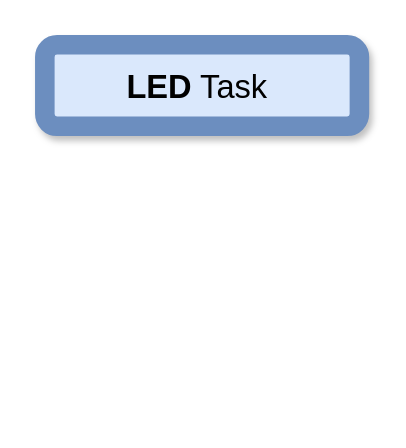
Before: led.drawio in Krishnaveni2025/drawio, a draw.io diagram. Source tidied: cells renumbered, new cells numbered last; positions are measured from the earlier drawing's top-left corner, leaving out a move shared by most shapes. Both pictures are drawn from the tidied source at 163%, with x=0, y=0 at pixel (44, 44).
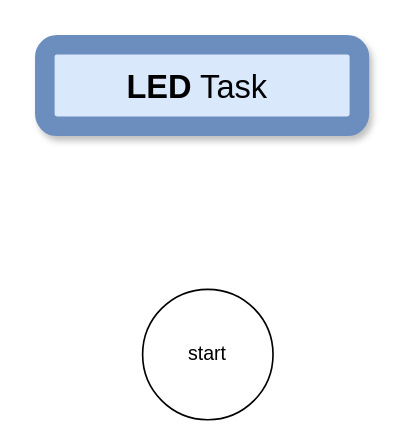
The same page after the edit.

Change to the diagram source:
```diff
@@
 <mxGraphModel>
   <root>
     <mxCell id="0" />
     <mxCell id="1" parent="0" />
     <mxCell id="2" value="&lt;b&gt;LED&lt;/b&gt; Task&amp;nbsp;" style="text;strokeColor=#6c8ebf;align=center;fillColor=#dae8fc;html=1;verticalAlign=middle;whiteSpace=wrap;rounded=1;strokeWidth=12;spacing=2;shadow=1;glass=0;fontSize=20;" parent="1" vertex="1">
       <mxGeometry width="193" height="50" as="geometry" />
     </mxCell>
+    <mxCell id="3" value="start" style="ellipse;whiteSpace=wrap;html=1;" parent="1" vertex="1">
+      <mxGeometry x="60" y="150" width="80" height="80" as="geometry" />
+    </mxCell>
   </root>
 </mxGraphModel>
```
